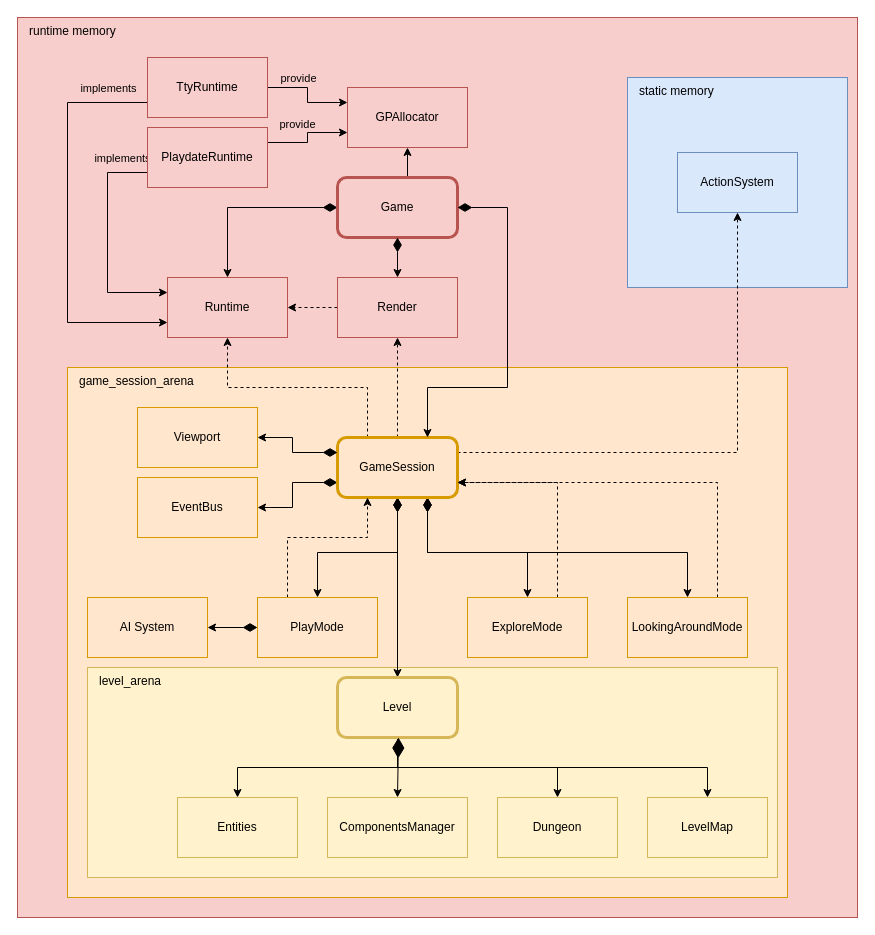
Before: page "Main components" (2 of 9) of docs/schemas.drawio in vladimir-popov/forgotten_catacombs, a draw.io diagram. Source tidied: cells renumbered, new cells numbered last; positions are measured from the earlier drawing's top-left corner, leaving out a move shared by most shapes. Both pictures are drawn from the tidied source at 100%, with x=0, y=0 at pixel (17, 17).
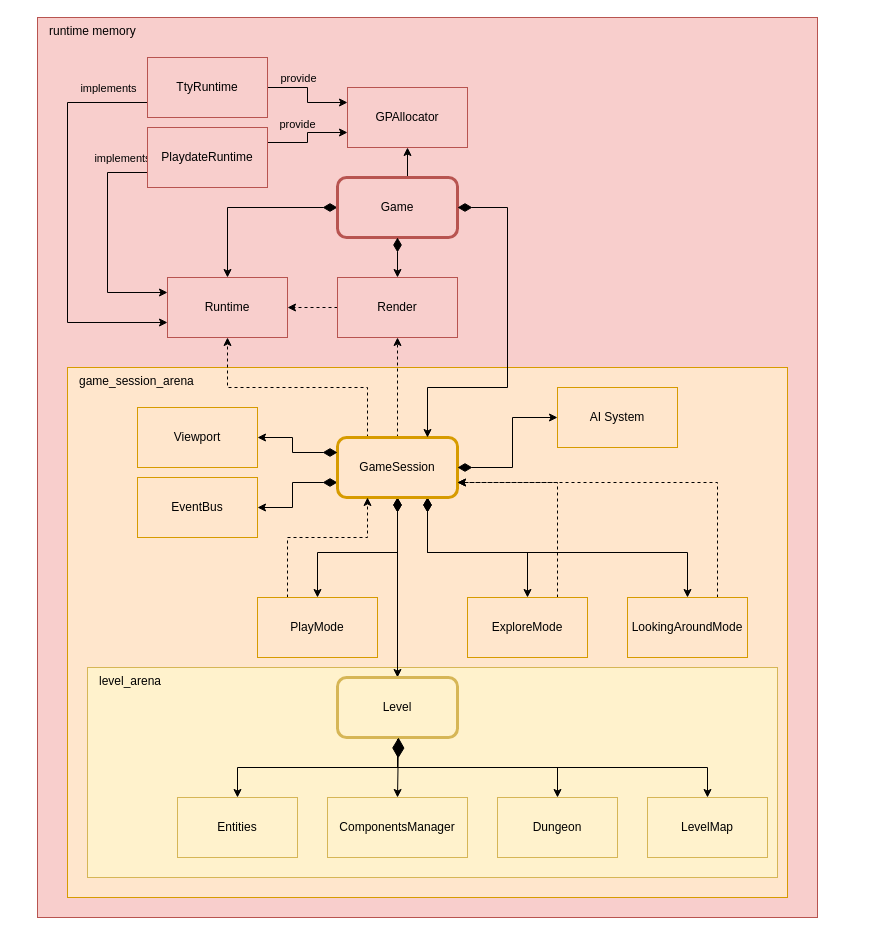
Above is the later version.

Unchanged cells that the change refers to:
```xml
<mxCell id="18" value="GameSession" style="rounded=1;whiteSpace=wrap;html=1;fillColor=#ffe6cc;strokeColor=#d79b00;strokeWidth=3;" parent="1" vertex="1">
  <mxGeometry x="320" y="420" width="120" height="60" as="geometry" />
</mxCell>
<mxCell id="31" value="PlayMode" style="rounded=0;whiteSpace=wrap;html=1;fillColor=#ffe6cc;strokeColor=#d79b00;" parent="1" vertex="1">
  <mxGeometry x="240" y="580" width="120" height="60" as="geometry" />
</mxCell>
```

Diff of the diagram source:
```diff
@@
     <mxCell id="2" value="runtime memory" style="rounded=0;whiteSpace=wrap;html=1;fillColor=#f8cecc;strokeColor=#b85450;verticalAlign=top;align=left;spacingLeft=10;" parent="1" vertex="1">
-      <mxGeometry width="840" height="900" as="geometry" />
+      <mxGeometry x="20" width="780" height="900" as="geometry" />
     </mxCell>
-    <mxCell id="3" value="static memory" style="rounded=0;whiteSpace=wrap;html=1;fillColor=#dae8fc;strokeColor=#6c8ebf;align=left;verticalAlign=top;spacingLeft=10;" parent="1" vertex="1">
-      <mxGeometry x="610" y="60" width="220" height="210" as="geometry" />
-    </mxCell>
@@
-    <mxCell id="17" style="edgeStyle=orthogonalEdgeStyle;rounded=0;jettySize=auto;html=1;exitX=1;exitY=0.25;exitDx=0;exitDy=0;dashed=1;" parent="1" edge="1" source="18" target="54">
-      <mxGeometry relative="1" as="geometry">
-        <Array as="points">
-          <mxPoint x="720" y="435" />
-        </Array>
-      </mxGeometry>
-    </mxCell>
@@
-    <mxCell id="30" style="edgeStyle=orthogonalEdgeStyle;rounded=0;jettySize=auto;html=1;startArrow=diamondThin;startFill=1;startSize=12;" parent="1" edge="1" source="31" target="53">
+    <mxCell id="30" style="edgeStyle=orthogonalEdgeStyle;rounded=0;jettySize=auto;html=1;startArrow=diamondThin;startFill=1;startSize=12;" parent="1" edge="1" source="18" target="53">
       <mxGeometry relative="1" as="geometry" />
     </mxCell>
@@
     <mxCell id="53" value="AI System" style="rounded=0;whiteSpace=wrap;html=1;fillColor=#ffe6cc;strokeColor=#d79b00;" parent="1" vertex="1">
-      <mxGeometry x="70" y="580" width="120" height="60" as="geometry" />
+      <mxGeometry x="540" y="370" width="120" height="60" as="geometry" />
     </mxCell>
-    <mxCell id="54" value="ActionSystem" style="rounded=0;whiteSpace=wrap;html=1;fillColor=#dae8fc;strokeColor=#6c8ebf;" parent="1" vertex="1">
-      <mxGeometry x="660" y="135" width="120" height="60" as="geometry" />
-    </mxCell>
```
